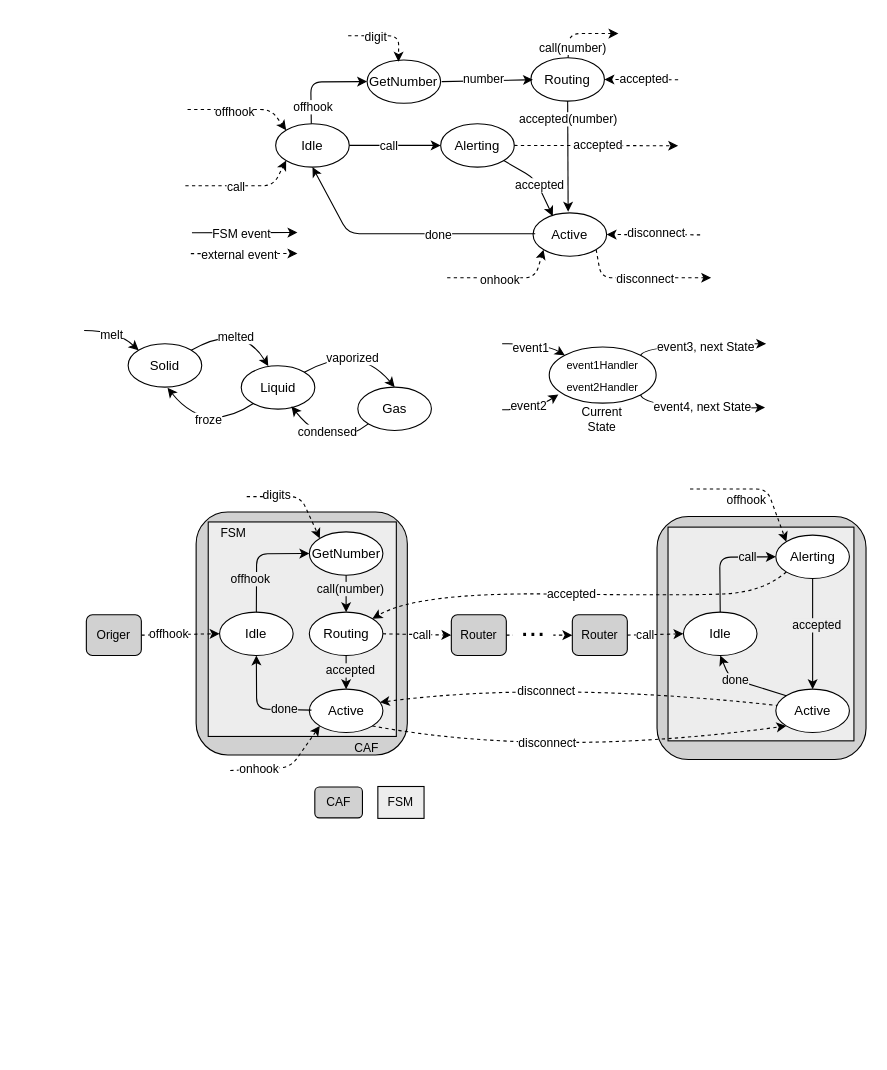
This is ReadmeDiagrams.drawio from boblund/JS-FSM, a draw.io file, before an edit. Source tidied: cells renumbered, new cells numbered last; positions are measured from the earlier drawing's top-left corner, leaving out a move shared by most shapes. Both pictures are drawn from the tidied source at 110%, with x=0, y=0 at pixel (84, 33).
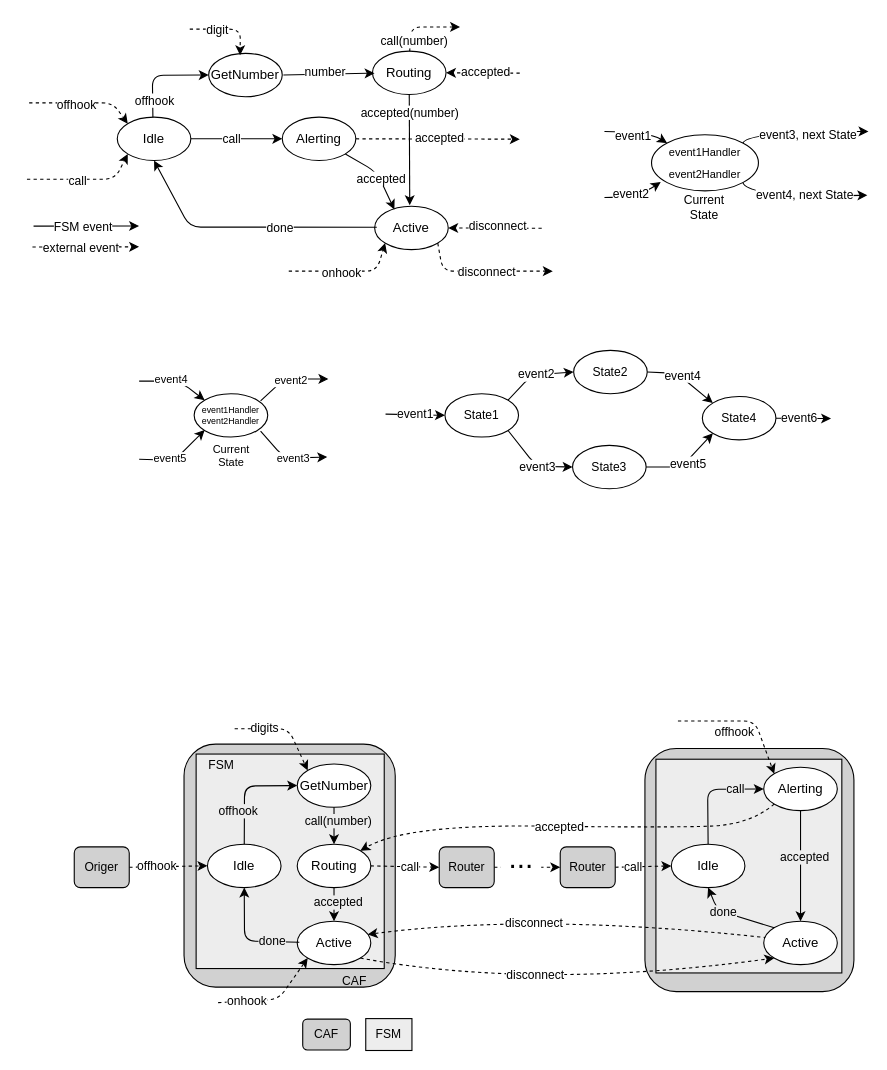
Above is the later version.

Change to the diagram source:
```diff
@@
     <mxCell id="2" style="group;" parent="1" vertex="1">
-      <mxGeometry x="2" y="414" width="708.8" height="299.5" as="geometry" />
+      <mxGeometry x="-9" y="625" width="708.8" height="299.5" as="geometry" />
     </mxCell>
@@
-    <mxCell id="55" style="group;" parent="1" vertex="1">
-      <mxGeometry x="30" y="262" width="285.7" height="120" as="geometry" />
-    </mxCell>
-    <mxCell id="56" value="Solid" style="ellipse;whiteSpace=wrap;html=1;" parent="55" vertex="1">
-      <mxGeometry x="10" y="20" width="66.9" height="39.4" as="geometry" />
-    </mxCell>
-    <mxCell id="57" value="Liquid" style="ellipse;whiteSpace=wrap;html=1;" parent="55" vertex="1">
-      <mxGeometry x="112.8" y="40" width="66.9" height="39.4" as="geometry" />
-    </mxCell>
-    <mxCell id="58" value="Gas" style="ellipse;whiteSpace=wrap;html=1;" parent="55" vertex="1">
-      <mxGeometry x="218.8" y="59.4" width="66.9" height="39.4" as="geometry" />
-    </mxCell>
-    <mxCell id="59" style="curved=1;endArrow=classic;html=1;rounded=1;fontSize=11;exitX=1;exitY=0;exitDx=0;exitDy=0;entryX=0.368;entryY=0.009;entryDx=0;entryDy=0;entryPerimeter=0;" parent="55" edge="1" source="56" target="57">
-      <mxGeometry relative="1" as="geometry">
-        <Array as="points">
-          <mxPoint x="112.8" />
-        </Array>
-      </mxGeometry>
-    </mxCell>
-    <mxCell id="60" value="melted" style="edgeLabel;html=1;align=center;verticalAlign=middle;fontSize=11;" parent="59" vertex="1">
-      <mxGeometry x="-0.19" y="-10" relative="1" as="geometry">
-        <mxPoint y="-1" as="offset" />
-      </mxGeometry>
-    </mxCell>
-    <mxCell id="61" style="curved=1;endArrow=classic;html=1;rounded=1;fontSize=11;exitX=1;exitY=0;exitDx=0;exitDy=0;entryX=0.5;entryY=0;entryDx=0;entryDy=0;" parent="55" edge="1" source="57" target="58">
-      <mxGeometry relative="1" as="geometry">
-        <Array as="points">
-          <mxPoint x="218.3" y="19" />
-        </Array>
-      </mxGeometry>
-    </mxCell>
-    <mxCell id="62" value="vaporized" style="edgeLabel;html=1;align=center;verticalAlign=middle;fontSize=11;" parent="61" vertex="1">
-      <mxGeometry x="-0.19" y="-10" relative="1" as="geometry">
-        <mxPoint y="-1" as="offset" />
-      </mxGeometry>
-    </mxCell>
-    <mxCell id="63" style="curved=1;endArrow=classic;html=1;rounded=1;fontSize=11;entryX=0.683;entryY=0.936;entryDx=0;entryDy=0;entryPerimeter=0;exitX=0;exitY=1;exitDx=0;exitDy=0;" parent="55" edge="1" source="58" target="57">
-      <mxGeometry relative="1" as="geometry">
-        <Array as="points">
-          <mxPoint x="192.8" y="120" />
-        </Array>
-      </mxGeometry>
-    </mxCell>
-    <mxCell id="64" value="condensed" style="edgeLabel;html=1;align=center;verticalAlign=middle;fontSize=11;" parent="63" vertex="1">
-      <mxGeometry x="-0.19" y="-10" relative="1" as="geometry">
-        <mxPoint y="-10" as="offset" />
-      </mxGeometry>
-    </mxCell>
-    <mxCell id="65" style="curved=1;endArrow=classic;html=1;rounded=1;fontSize=11;" parent="55" edge="1" source="57">
-      <mxGeometry relative="1" as="geometry">
-        <mxPoint x="45.8" y="60" as="targetPoint" />
-        <Array as="points">
-          <mxPoint x="80.2" y="103.1" />
-        </Array>
-      </mxGeometry>
-    </mxCell>
-    <mxCell id="66" value="froze" style="edgeLabel;html=1;align=center;verticalAlign=middle;fontSize=11;" parent="65" vertex="1">
-      <mxGeometry x="-0.19" y="-10" relative="1" as="geometry">
-        <mxPoint y="-1" as="offset" />
-      </mxGeometry>
-    </mxCell>
-    <mxCell id="67" style="curved=1;endArrow=classic;html=1;rounded=1;fontSize=11;entryX=0;entryY=0;entryDx=0;entryDy=0;" parent="55" edge="1" target="56">
-      <mxGeometry relative="1" as="geometry">
-        <mxPoint x="-30" y="8" as="sourcePoint" />
-        <Array as="points">
-          <mxPoint y="8" />
-        </Array>
-      </mxGeometry>
-    </mxCell>
-    <mxCell id="68" value="melt" style="edgeLabel;html=1;align=center;verticalAlign=middle;fontSize=11;" parent="67" vertex="1">
-      <mxGeometry x="-0.19" y="-10" relative="1" as="geometry">
-        <mxPoint x="1" y="-7" as="offset" />
-      </mxGeometry>
-    </mxCell>
     <mxCell id="69" value="&lt;p style=&quot;line-height: 1;&quot;&gt;event1Handler&lt;br&gt;&lt;br style=&quot;font-size: 10px;&quot;&gt;event2Handler&lt;/p&gt;" style="ellipse;whiteSpace=wrap;html=1;fontSize=10;spacing=2;" parent="1" vertex="1">
-      <mxGeometry x="422.8" y="285" width="97.2" height="51" as="geometry" />
+      <mxGeometry x="515.8" y="92" width="97.2" height="51" as="geometry" />
     </mxCell>
     <mxCell id="70" style="curved=1;endArrow=classic;html=1;rounded=1;fontSize=11;entryX=0;entryY=0;entryDx=0;entryDy=0;" parent="1" edge="1" target="69">
       <mxGeometry relative="1" as="geometry">
-        <mxPoint x="380" y="282" as="sourcePoint" />
+        <mxPoint x="473" y="89" as="sourcePoint" />
         <Array as="points">
-          <mxPoint x="420" y="282" />
+          <mxPoint x="513" y="89" />
         </Array>
       </mxGeometry>
     </mxCell>
@@
     <mxCell id="72" style="curved=1;endArrow=classic;html=1;rounded=1;fontSize=11;exitX=1;exitY=0;exitDx=0;exitDy=0;" parent="1" edge="1" source="69">
       <mxGeometry relative="1" as="geometry">
-        <mxPoint x="620" y="282" as="targetPoint" />
+        <mxPoint x="713" y="89" as="targetPoint" />
         <Array as="points">
-          <mxPoint x="510" y="282" />
+          <mxPoint x="603" y="89" />
         </Array>
       </mxGeometry>
     </mxCell>
@@
     <mxCell id="74" style="curved=1;endArrow=none;html=1;rounded=1;fontSize=11;endFill=0;startArrow=classic;startFill=1;exitX=0.086;exitY=0.844;exitDx=0;exitDy=0;exitPerimeter=0;" parent="1" edge="1" source="69">
       <mxGeometry relative="1" as="geometry">
-        <mxPoint x="380" y="342" as="targetPoint" />
+        <mxPoint x="473" y="149" as="targetPoint" />
         <Array as="points">
-          <mxPoint x="410" y="342" />
+          <mxPoint x="503" y="149" />
         </Array>
       </mxGeometry>
     </mxCell>
@@
     <mxCell id="76" style="curved=1;endArrow=classic;html=1;rounded=1;fontSize=11;exitX=1;exitY=1;exitDx=0;exitDy=0;" parent="1" edge="1" source="69">
       <mxGeometry relative="1" as="geometry">
-        <mxPoint x="619" y="340" as="targetPoint" />
+        <mxPoint x="712" y="147" as="targetPoint" />
         <Array as="points">
-          <mxPoint x="510" y="342" />
+          <mxPoint x="603" y="149" />
         </Array>
       </mxGeometry>
     </mxCell>
@@
     <mxCell id="78" value="Current&lt;br&gt;State" style="text;html=1;strokeColor=none;fillColor=none;align=center;verticalAlign=middle;whiteSpace=wrap;rounded=0;fontSize=11;" parent="1" vertex="1">
-      <mxGeometry x="441.4" y="336" width="60" height="30" as="geometry" />
+      <mxGeometry x="534.4" y="143" width="60" height="30" as="geometry" />
     </mxCell>
     <mxCell id="79" style="group;" parent="1" vertex="1">
-      <mxGeometry x="97" width="463" height="222" as="geometry" />
+      <mxGeometry x="-47" y="-6" width="463" height="222" as="geometry" />
     </mxCell>
@@
+    <mxCell id="119" style="group;" parent="1" vertex="1">
+      <mxGeometry x="82" y="314" width="100" height="85.4" as="geometry" />
+    </mxCell>
+    <mxCell id="120" value="Current&lt;br style=&quot;font-size: 10px;&quot;&gt;State" style="text;html=1;strokeColor=none;fillColor=none;align=center;verticalAlign=middle;whiteSpace=wrap;rounded=0;fontSize=10;" parent="119" vertex="1">
+      <mxGeometry x="21.5" y="55.4" width="60" height="30" as="geometry" />
+    </mxCell>
+    <mxCell id="121" style="group;" parent="119" vertex="1">
+      <mxGeometry width="100" height="74" as="geometry" />
+    </mxCell>
+    <mxCell id="122" value="event1Handler&lt;br style=&quot;font-size: 8px;&quot;&gt;event2Handler" style="ellipse;whiteSpace=wrap;html=1;fontSize=8;" parent="121" vertex="1">
+      <mxGeometry x="18" y="13.4" width="66.9" height="39.4" as="geometry" />
+    </mxCell>
+    <mxCell id="123" style="endArrow=classic;html=1;rounded=1;entryX=0;entryY=0;entryDx=0;entryDy=0;" parent="121" edge="1" target="122">
+      <mxGeometry relative="1" as="geometry">
+        <mxPoint x="-32" y="2" as="sourcePoint" />
+        <Array as="points">
+          <mxPoint x="5" y="2" />
+        </Array>
+      </mxGeometry>
+    </mxCell>
+    <mxCell id="124" value="event4" style="edgeLabel;html=1;align=center;verticalAlign=middle;fontSize=10;" parent="123" vertex="1">
+      <mxGeometry x="0.36" relative="1" as="geometry">
+        <mxPoint x="-14" y="-7" as="offset" />
+      </mxGeometry>
+    </mxCell>
+    <mxCell id="125" style="endArrow=classic;html=1;rounded=1;entryX=0;entryY=1;entryDx=0;entryDy=0;" parent="121" edge="1">
+      <mxGeometry relative="1" as="geometry">
+        <mxPoint x="-32" y="73" as="sourcePoint" />
+        <mxPoint x="27.5" y="46.5" as="targetPoint" />
+        <Array as="points">
+          <mxPoint y="74" />
+        </Array>
+      </mxGeometry>
+    </mxCell>
+    <mxCell id="126" value="event5" style="edgeLabel;html=1;align=center;verticalAlign=middle;fontSize=10;" parent="125" vertex="1">
+      <mxGeometry x="0.46" y="-3" relative="1" as="geometry">
+        <mxPoint x="-21" y="10" as="offset" />
+      </mxGeometry>
+    </mxCell>
+    <mxCell id="127" style="endArrow=classic;html=1;rounded=1;exitX=1;exitY=0;exitDx=0;exitDy=0;" parent="121" edge="1">
+      <mxGeometry relative="1" as="geometry">
+        <mxPoint x="78.4" y="19.9" as="sourcePoint" />
+        <mxPoint x="140" as="targetPoint" />
+        <Array as="points">
+          <mxPoint x="100" />
+        </Array>
+      </mxGeometry>
+    </mxCell>
+    <mxCell id="128" value="event2" style="edgeLabel;html=1;align=center;verticalAlign=middle;fontSize=10;" parent="127" vertex="1">
+      <mxGeometry x="0.36" y="-2" relative="1" as="geometry">
+        <mxPoint x="-12" y="-2" as="offset" />
+      </mxGeometry>
+    </mxCell>
+    <mxCell id="129" style="endArrow=classic;html=1;rounded=1;exitX=1;exitY=1;exitDx=0;exitDy=0;" parent="121" edge="1">
+      <mxGeometry relative="1" as="geometry">
+        <mxPoint x="78.4" y="47.5" as="sourcePoint" />
+        <mxPoint x="139" y="71" as="targetPoint" />
+        <Array as="points">
+          <mxPoint x="100" y="72" />
+        </Array>
+      </mxGeometry>
+    </mxCell>
+    <mxCell id="130" value="event3" style="edgeLabel;html=1;align=center;verticalAlign=middle;fontSize=10;" parent="129" vertex="1">
+      <mxGeometry x="0.59" relative="1" as="geometry">
+        <mxPoint x="-17" as="offset" />
+      </mxGeometry>
+    </mxCell>
+    <mxCell id="131" style="group;" parent="1" vertex="1">
+      <mxGeometry x="274" y="288" width="405" height="125.7" as="geometry" />
+    </mxCell>
+    <mxCell id="132" value="State2" style="ellipse;whiteSpace=wrap;html=1;fontSize=11;" parent="131" vertex="1">
+      <mxGeometry x="171" width="66.9" height="39.4" as="geometry" />
+    </mxCell>
+    <mxCell id="133" value="State1" style="ellipse;whiteSpace=wrap;html=1;fontSize=11;" parent="131" vertex="1">
+      <mxGeometry x="54" y="39.4" width="66.9" height="39.4" as="geometry" />
+    </mxCell>
+    <mxCell id="134" style="endArrow=classic;html=1;rounded=1;entryX=0;entryY=0.5;entryDx=0;entryDy=0;exitX=1;exitY=0;exitDx=0;exitDy=0;" parent="131" edge="1" source="133" target="132">
+      <mxGeometry relative="1" as="geometry">
+        <Array as="points">
+          <mxPoint x="133" y="22.4" />
+        </Array>
+      </mxGeometry>
+    </mxCell>
+    <mxCell id="135" value="event2" style="edgeLabel;html=1;align=center;verticalAlign=middle;fontSize=11;" parent="134" vertex="1">
+      <mxGeometry x="0.36" y="-2" relative="1" as="geometry">
+        <mxPoint x="-12" y="-2" as="offset" />
+      </mxGeometry>
+    </mxCell>
+    <mxCell id="136" value="State3" style="ellipse;whiteSpace=wrap;html=1;fontSize=11;" parent="131" vertex="1">
+      <mxGeometry x="170" y="86.4" width="66.9" height="39.4" as="geometry" />
+    </mxCell>
+    <mxCell id="137" style="endArrow=classic;html=1;rounded=1;entryX=0;entryY=0.5;entryDx=0;entryDy=0;exitX=1;exitY=1;exitDx=0;exitDy=0;" parent="131" edge="1" source="133" target="136">
+      <mxGeometry relative="1" as="geometry">
+        <Array as="points">
+          <mxPoint x="137" y="105.4" />
+        </Array>
+      </mxGeometry>
+    </mxCell>
+    <mxCell id="138" value="event3" style="edgeLabel;html=1;align=center;verticalAlign=middle;" parent="137" vertex="1">
+      <mxGeometry x="0.59" relative="1" as="geometry">
+        <mxPoint x="-17" as="offset" />
+      </mxGeometry>
+    </mxCell>
+    <mxCell id="139" value="State4" style="ellipse;whiteSpace=wrap;html=1;fontSize=11;" parent="131" vertex="1">
+      <mxGeometry x="288" y="42" width="66.9" height="39.4" as="geometry" />
+    </mxCell>
+    <mxCell id="140" style="endArrow=classic;html=1;rounded=1;entryX=0;entryY=0;entryDx=0;entryDy=0;exitX=1;exitY=0.5;exitDx=0;exitDy=0;" parent="131" edge="1" source="132" target="139">
+      <mxGeometry relative="1" as="geometry">
+        <Array as="points">
+          <mxPoint x="265" y="21" />
+        </Array>
+      </mxGeometry>
+    </mxCell>
+    <mxCell id="141" value="event4" style="edgeLabel;html=1;align=center;verticalAlign=middle;fontSize=11;" parent="140" vertex="1">
+      <mxGeometry x="0.36" relative="1" as="geometry">
+        <mxPoint x="-11" y="-11" as="offset" />
+      </mxGeometry>
+    </mxCell>
+    <mxCell id="142" style="endArrow=classic;html=1;rounded=1;entryX=0;entryY=1;entryDx=0;entryDy=0;exitX=1;exitY=0.5;exitDx=0;exitDy=0;" parent="131" edge="1" source="136" target="139">
+      <mxGeometry relative="1" as="geometry">
+        <Array as="points">
+          <mxPoint x="269" y="106" />
+        </Array>
+      </mxGeometry>
+    </mxCell>
+    <mxCell id="143" value="event5" style="edgeLabel;html=1;align=center;verticalAlign=middle;fontSize=11;" parent="142" vertex="1">
+      <mxGeometry x="0.46" y="-3" relative="1" as="geometry">
+        <mxPoint x="-12" y="10" as="offset" />
+      </mxGeometry>
+    </mxCell>
+    <mxCell id="144" style="endArrow=classic;html=1;rounded=0;entryX=0;entryY=0.5;entryDx=0;entryDy=0;fontSize=11;" parent="131" edge="1" target="133">
+      <mxGeometry relative="1" as="geometry">
+        <mxPoint y="58" as="sourcePoint" />
+      </mxGeometry>
+    </mxCell>
+    <mxCell id="145" value="event1" style="edgeLabel;html=1;align=center;verticalAlign=middle;" parent="144" vertex="1">
+      <mxGeometry x="-0.03" y="2" relative="1" as="geometry">
+        <mxPoint y="1" as="offset" />
+      </mxGeometry>
+    </mxCell>
+    <mxCell id="146" style="endArrow=classic;html=1;rounded=0;exitX=1;exitY=0.5;exitDx=0;exitDy=0;" parent="131" edge="1" source="139">
+      <mxGeometry relative="1" as="geometry">
+        <mxPoint x="405" y="62" as="targetPoint" />
+      </mxGeometry>
+    </mxCell>
+    <mxCell id="147" value="event6" style="edgeLabel;html=1;align=center;verticalAlign=middle;fontSize=11;" parent="146" vertex="1">
+      <mxGeometry x="-0.03" y="2" relative="1" as="geometry">
+        <mxPoint x="-3" y="2" as="offset" />
+      </mxGeometry>
+    </mxCell>
```
